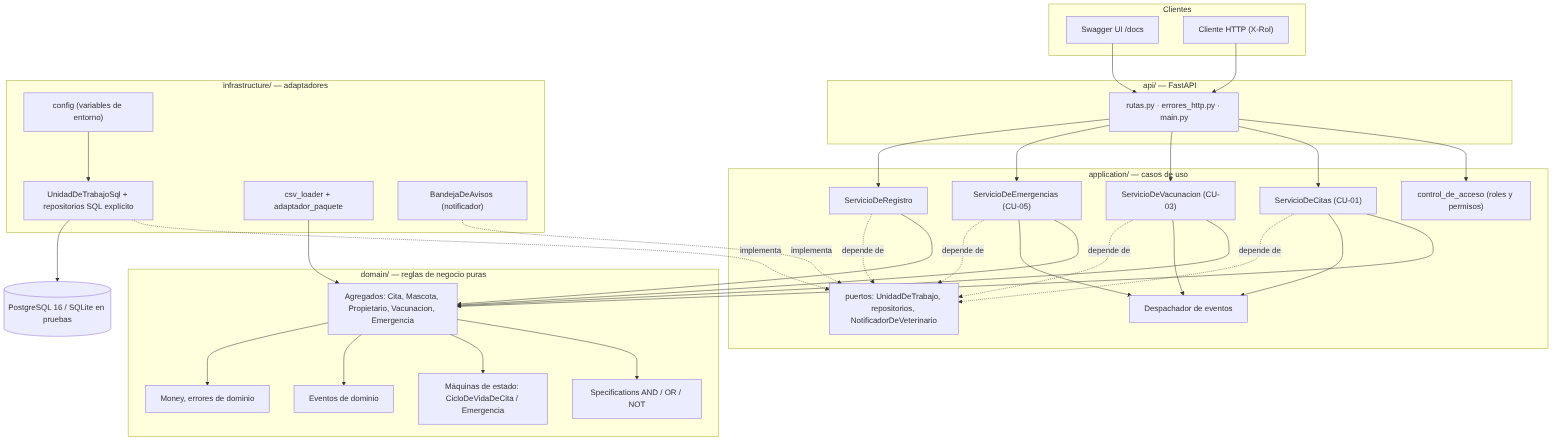
Before: docs/architecture/diagrams/06_arquitectura_capas.png, a diagram exported from Mermaid (Angietptp/VetCare24_PIA_EQ4). Its source is kept beside it as docs/architecture/diagrams/06_arquitectura_capas.mmd. Its diagram source:
```mermaid
flowchart TB
  subgraph CLI["Clientes"]
    SW["Swagger UI /docs"]
    HC["Cliente HTTP (X-Rol)"]
  end
  subgraph API["api/ — FastAPI"]
    R["rutas.py · errores_http.py · main.py"]
  end
  subgraph APP["application/ — casos de uso"]
    S1["ServicioDeCitas (CU-01)"]
    S2["ServicioDeVacunacion (CU-03)"]
    S3["ServicioDeEmergencias (CU-05)"]
    S4["ServicioDeRegistro"]
    CA["control_de_acceso (roles y permisos)"]
    DESP["Despachador de eventos"]
    PORT["puertos: UnidadDeTrabajo, repositorios, NotificadorDeVeterinario"]
  end
  subgraph DOM["domain/ — reglas de negocio puras"]
    AG["Agregados: Cita, Mascota, Propietario, Vacunacion, Emergencia"]
    SPEC["Specifications AND / OR / NOT"]
    SM["Máquinas de estado: CicloDeVidaDeCita / Emergencia"]
    EV["Eventos de dominio"]
    VO["Money, errores de dominio"]
  end
  subgraph INF["infrastructure/ — adaptadores"]
    UOW["UnidadDeTrabajoSql + repositorios SQL explícito"]
    CSV["csv_loader + adaptador_paquete"]
    NOT["BandejaDeAvisos (notificador)"]
    CFG["config (variables de entorno)"]
  end
  DB[("PostgreSQL 16 / SQLite en pruebas")]
  SW --> R
  HC --> R
  R --> CA
  R --> S1 & S2 & S3 & S4
  S1 & S2 & S3 & S4 --> AG
  S1 & S2 & S3 --> DESP
  AG --> SPEC & SM & EV & VO
  S1 & S2 & S3 & S4 -. depende de .-> PORT
  UOW -. implementa .-> PORT
  NOT -. implementa .-> PORT
  UOW --> DB
  CSV --> AG
  CFG --> UOW
  classDef out fill:#f3d2d2,stroke:#c81e1e,stroke-dasharray:4 3;
```
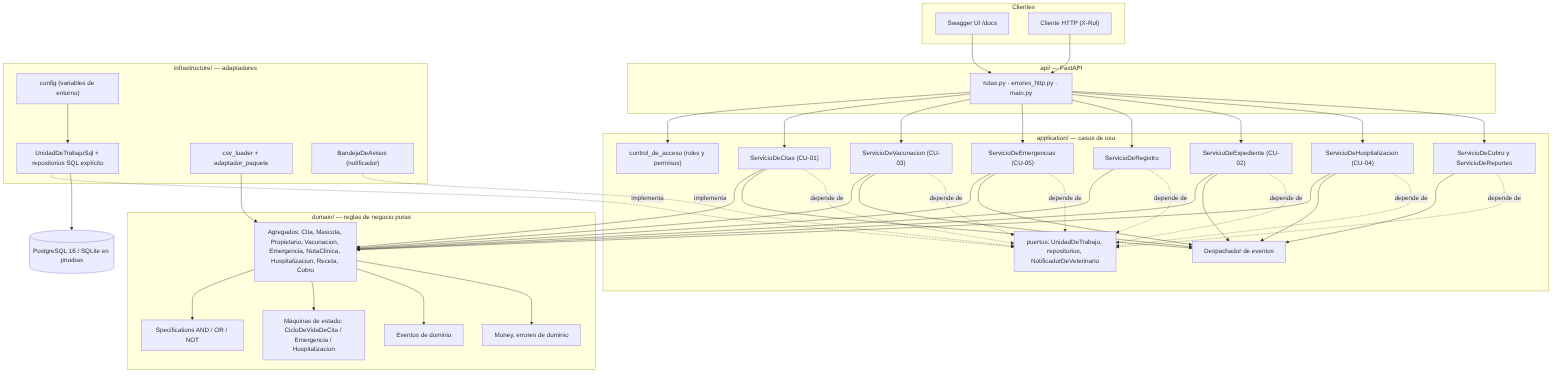
Later version of the same file.

Change to the diagram source:
```diff
@@ -11,14 +11,17 @@
     S2["ServicioDeVacunacion (CU-03)"]
     S3["ServicioDeEmergencias (CU-05)"]
     S4["ServicioDeRegistro"]
+    S5["ServicioDeExpediente (CU-02)"]
+    S6["ServicioDeHospitalizacion (CU-04)"]
+    S7["ServicioDeCobro y ServicioDeReportes"]
     CA["control_de_acceso (roles y permisos)"]
     DESP["Despachador de eventos"]
     PORT["puertos: UnidadDeTrabajo, repositorios, NotificadorDeVeterinario"]
   end
   subgraph DOM["domain/ — reglas de negocio puras"]
-    AG["Agregados: Cita, Mascota, Propietario, Vacunacion, Emergencia"]
+    AG["Agregados: Cita, Mascota, Propietario, Vacunacion, Emergencia, NotaClinica, Hospitalizacion, Receta, Cobro"]
     SPEC["Specifications AND / OR / NOT"]
-    SM["Máquinas de estado: CicloDeVidaDeCita / Emergencia"]
+    SM["Máquinas de estado: CicloDeVidaDeCita / Emergencia / Hospitalizacion"]
     EV["Eventos de dominio"]
     VO["Money, errores de dominio"]
   end
@@ -32,11 +35,11 @@
   SW --> R
   HC --> R
   R --> CA
-  R --> S1 & S2 & S3 & S4
-  S1 & S2 & S3 & S4 --> AG
-  S1 & S2 & S3 --> DESP
+  R --> S1 & S2 & S3 & S4 & S5 & S6 & S7
+  S1 & S2 & S3 & S4 & S5 & S6 --> AG
+  S1 & S2 & S3 & S5 & S6 & S7 --> DESP
   AG --> SPEC & SM & EV & VO
-  S1 & S2 & S3 & S4 -. depende de .-> PORT
+  S1 & S2 & S3 & S4 & S5 & S6 & S7 -. depende de .-> PORT
   UOW -. implementa .-> PORT
   NOT -. implementa .-> PORT
   UOW --> DB
```
